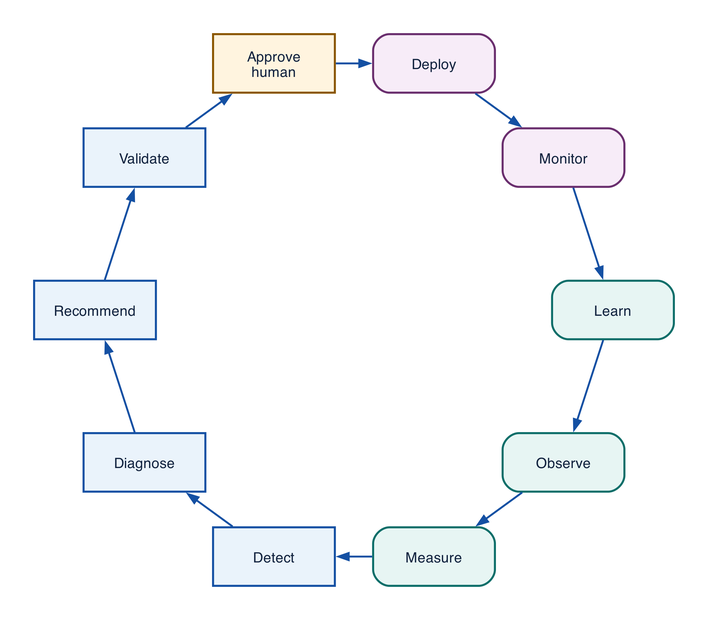
This is assets/diagrams/learning-loop.png from rrahimi-uci/building-enterprise-general-intelligence, a Graphviz export, as it was before one commit. Its source is kept beside it as assets/diagrams/src/learning-loop.gv. Source of this version:
```dot
digraph learning_loop {
  layout = circo
  graph [mindist=0.42]
  node [width=1.25, height=0.6, fontsize=10.5, fixedsize=true]

  observe   [label="Observe", fillcolor="#E7F5F3", color="#0D6E69"]
  measure   [label="Measure", fillcolor="#E7F5F3", color="#0D6E69"]
  detect    [label="Detect", fillcolor="#EAF3FB", color="#1450A3", style=filled]
  diagnose  [label="Diagnose", fillcolor="#EAF3FB", color="#1450A3", style=filled]
  recommend [label="Recommend", fillcolor="#EAF3FB", color="#1450A3", style=filled]
  validate  [label="Validate", fillcolor="#EAF3FB", color="#1450A3", style=filled]
  approve   [label="Approve\nhuman", fillcolor="#FFF4DF", color="#8A5600", style=filled]
  deploy    [label="Deploy", fillcolor="#F7ECF8", color="#6A2E6E"]
  monitor   [label="Monitor", fillcolor="#F7ECF8", color="#6A2E6E"]
  learn     [label="Learn", fillcolor="#E7F5F3", color="#0D6E69"]

  observe -> measure -> detect -> diagnose -> recommend -> validate
  validate -> approve -> deploy -> monitor -> learn -> observe
}
```
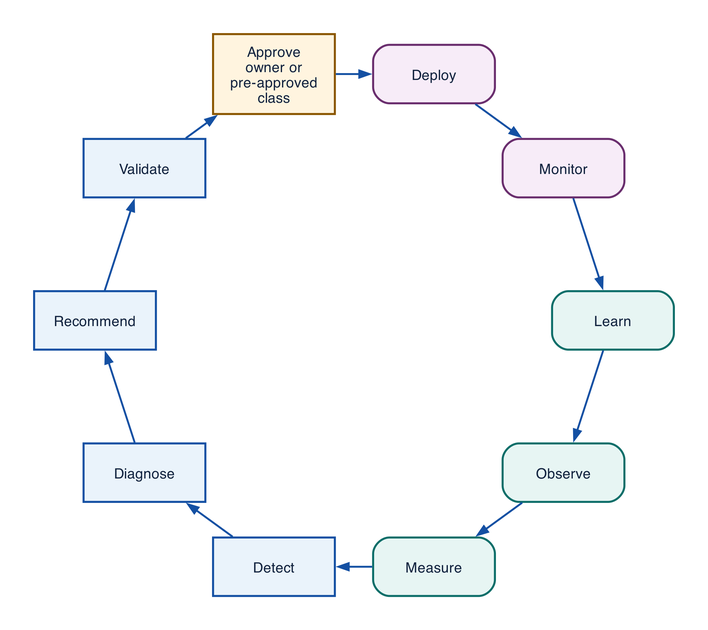
After the change.

The edit, as a diff of the source:
```diff
@@ -9,7 +9,7 @@
   diagnose  [label="Diagnose", fillcolor="#EAF3FB", color="#1450A3", style=filled]
   recommend [label="Recommend", fillcolor="#EAF3FB", color="#1450A3", style=filled]
   validate  [label="Validate", fillcolor="#EAF3FB", color="#1450A3", style=filled]
-  approve   [label="Approve\nhuman", fillcolor="#FFF4DF", color="#8A5600", style=filled]
+  approve   [label="Approve\nowner or\npre-approved\nclass", fillcolor="#FFF4DF", color="#8A5600", style=filled, height=0.82]
   deploy    [label="Deploy", fillcolor="#F7ECF8", color="#6A2E6E"]
   monitor   [label="Monitor", fillcolor="#F7ECF8", color="#6A2E6E"]
   learn     [label="Learn", fillcolor="#E7F5F3", color="#0D6E69"]
```
